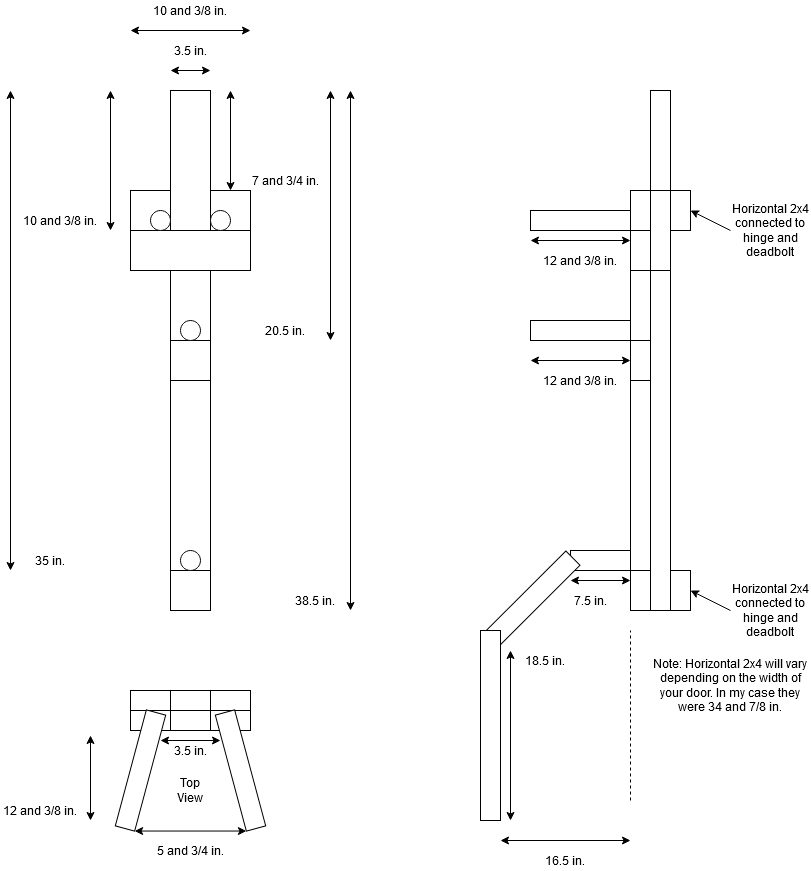
Above: images/littleWingDimensions.png in TrackerLounge/LittleWing (draw.io), before the change. Source tidied: cells renumbered, new cells last; positions are measured from the earlier drawing's top-left corner, leaving out a move shared by most shapes.
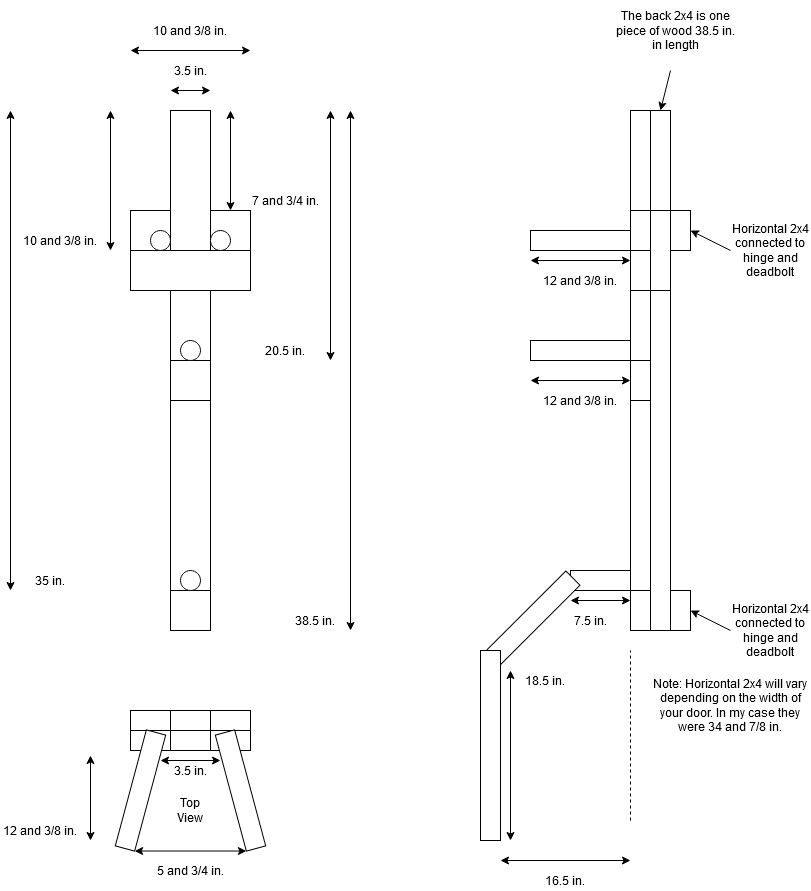
Above is the later version.

What changed in the source:
```diff
@@ -259,5 +259,16 @@
     <mxCell id="71" value="Note: Horizontal 2x4 will vary depending on the width of your door. In my case they were 34 and 7/8 in." style="text;html=1;strokeColor=none;fillColor=none;align=center;verticalAlign=middle;whiteSpace=wrap;rounded=0;" parent="1" vertex="1">
       <mxGeometry x="650" y="655" width="160" height="60" as="geometry" />
     </mxCell>
+    <mxCell id="72" style="rounded=0;whiteSpace=wrap;html=1;" parent="1" vertex="1">
+      <mxGeometry x="630" y="90" width="20" height="100" as="geometry" />
+    </mxCell>
+    <mxCell id="73" style="endArrow=classic;html=1;entryX=0.5;entryY=0;entryDx=0;entryDy=0;" parent="1" edge="1" target="37">
+      <mxGeometry relative="1" as="geometry">
+        <mxPoint x="670" y="50" as="sourcePoint" />
+      </mxGeometry>
+    </mxCell>
+    <mxCell id="74" value="The back 2x4 is one piece of wood 38.5 in. in length" style="text;html=1;strokeColor=none;fillColor=none;align=center;verticalAlign=middle;whiteSpace=wrap;rounded=0;" parent="1" vertex="1">
+      <mxGeometry x="610" y="-20" width="130" height="60" as="geometry" />
+    </mxCell>
   </root>
 </mxGraphModel>
```
